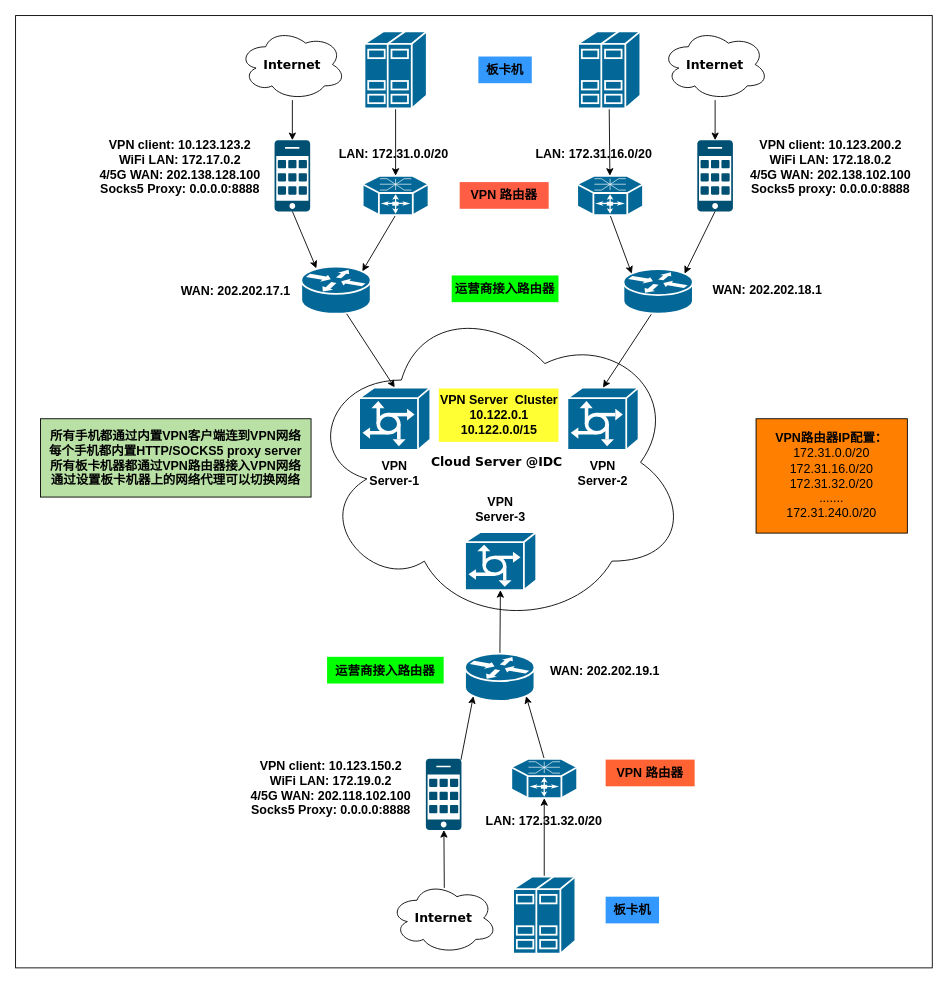
The draw.io diagram Untitled Diagram.drawio in nxtreaming/andy_study, before the edit. Source tidied: cells renumbered, new cells numbered last; positions are measured from the earlier drawing's top-left corner, leaving out a move shared by most shapes. Both pictures are drawn from the tidied source at 89%, with x=0, y=0 at pixel (15, 15).
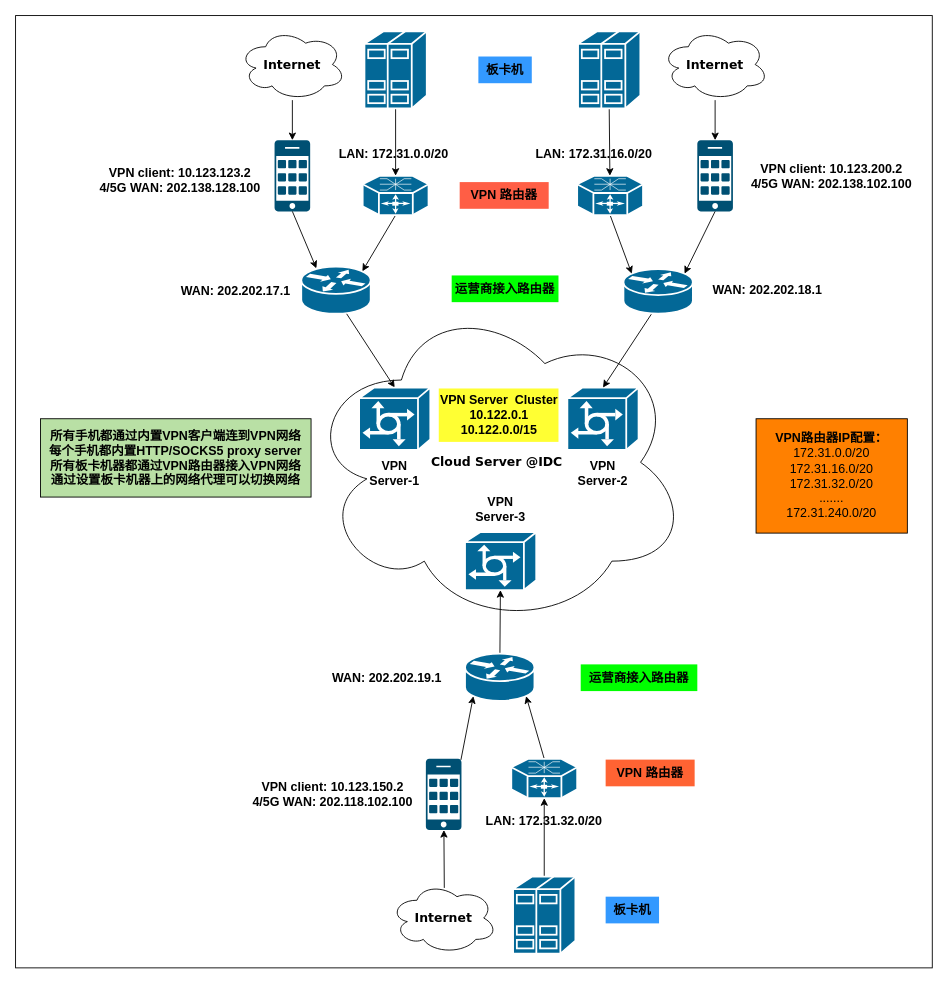
The same diagram, later.

What changed in the source:
```diff
@@
     <mxCell id="41" value="&lt;font style=&quot;font-size: 14px;&quot;&gt;&lt;b&gt;WAN: 202.202.19.1&lt;/b&gt;&lt;/font&gt;" style="text;strokeColor=none;align=center;fillColor=none;html=1;verticalAlign=middle;whiteSpace=wrap;rounded=0;" parent="1" vertex="1">
-      <mxGeometry x="595" y="720.5" width="135" height="31" as="geometry" />
+      <mxGeometry x="350" y="728" width="135" height="31" as="geometry" />
     </mxCell>
-    <mxCell id="42" value="&lt;font style=&quot;font-size: 14px;&quot;&gt;&lt;b&gt;VPN client: 10.123.123.2&lt;br&gt;WiFi LAN: 172.17.0.2&lt;br&gt;4/5G WAN: 202.138.128.100&lt;br&gt;Socks5 Proxy: 0.0.0.0:8888&lt;/b&gt;&lt;/font&gt;" style="text;strokeColor=none;align=center;fillColor=none;html=1;verticalAlign=middle;whiteSpace=wrap;rounded=0;" parent="1" vertex="1">
-      <mxGeometry x="86" y="130" width="198" height="80" as="geometry" />
+    <mxCell id="42" value="&lt;font style=&quot;font-size: 14px;&quot;&gt;&lt;b&gt;VPN client: 10.123.123.2&lt;br&gt;4/5G WAN: 202.138.128.100&lt;br&gt;&lt;/b&gt;&lt;/font&gt;" style="text;strokeColor=none;align=center;fillColor=none;html=1;verticalAlign=middle;whiteSpace=wrap;rounded=0;" parent="1" vertex="1">
+      <mxGeometry x="86" y="160" width="198" height="50" as="geometry" />
     </mxCell>
-    <mxCell id="43" value="&lt;font style=&quot;font-size: 14px;&quot;&gt;&lt;b&gt;VPN client: 10.123.200.2&lt;br&gt;WiFi LAN: 172.18.0.2&lt;br&gt;4/5G WAN: 202.138.102.100&lt;br&gt;Socks5 proxy: 0.0.0.0:8888&lt;/b&gt;&lt;/font&gt;" style="text;strokeColor=none;align=center;fillColor=none;html=1;verticalAlign=middle;whiteSpace=wrap;rounded=0;" parent="1" vertex="1">
-      <mxGeometry x="816" y="130" width="200" height="80" as="geometry" />
+    <mxCell id="43" value="&lt;font style=&quot;font-size: 14px;&quot;&gt;&lt;b&gt;VPN client: 10.123.200.2&lt;br&gt;4/5G WAN: 202.138.102.100&lt;br&gt;&lt;/b&gt;&lt;/font&gt;" style="text;strokeColor=none;align=center;fillColor=none;html=1;verticalAlign=middle;whiteSpace=wrap;rounded=0;" parent="1" vertex="1">
+      <mxGeometry x="817" y="155" width="200" height="50" as="geometry" />
     </mxCell>
-    <mxCell id="44" value="&lt;font style=&quot;font-size: 14px;&quot;&gt;&lt;b&gt;VPN client: 10.123.150.2&lt;br&gt;WiFi LAN: 172.19.0.2&lt;br&gt;4/5G WAN: 202.118.102.100&lt;br&gt;Socks5 Proxy: 0.0.0.0:8888&lt;/b&gt;&lt;/font&gt;" style="text;strokeColor=none;align=center;fillColor=none;html=1;verticalAlign=middle;whiteSpace=wrap;rounded=0;" parent="1" vertex="1">
-      <mxGeometry x="255" y="825.1" width="199" height="85.8" as="geometry" />
+    <mxCell id="44" value="&lt;font style=&quot;font-size: 14px;&quot;&gt;&lt;b&gt;VPN client: 10.123.150.2&lt;br&gt;4/5G WAN: 202.118.102.100&lt;br&gt;&lt;/b&gt;&lt;/font&gt;" style="text;strokeColor=none;align=center;fillColor=none;html=1;verticalAlign=middle;whiteSpace=wrap;rounded=0;" parent="1" vertex="1">
+      <mxGeometry x="257" y="850" width="199" height="50.9" as="geometry" />
     </mxCell>
@@
     <mxCell id="51" value="&lt;font style=&quot;font-size: 14px;&quot;&gt;&lt;b&gt;运营商接入路由器&lt;/b&gt;&lt;/font&gt;" style="text;strokeColor=none;align=center;fillColor=#00FF00;html=1;verticalAlign=middle;whiteSpace=wrap;rounded=0;" parent="1" vertex="1">
-      <mxGeometry x="350" y="720.5" width="131" height="30" as="geometry" />
+      <mxGeometry x="635" y="729" width="131" height="30" as="geometry" />
     </mxCell>
```
